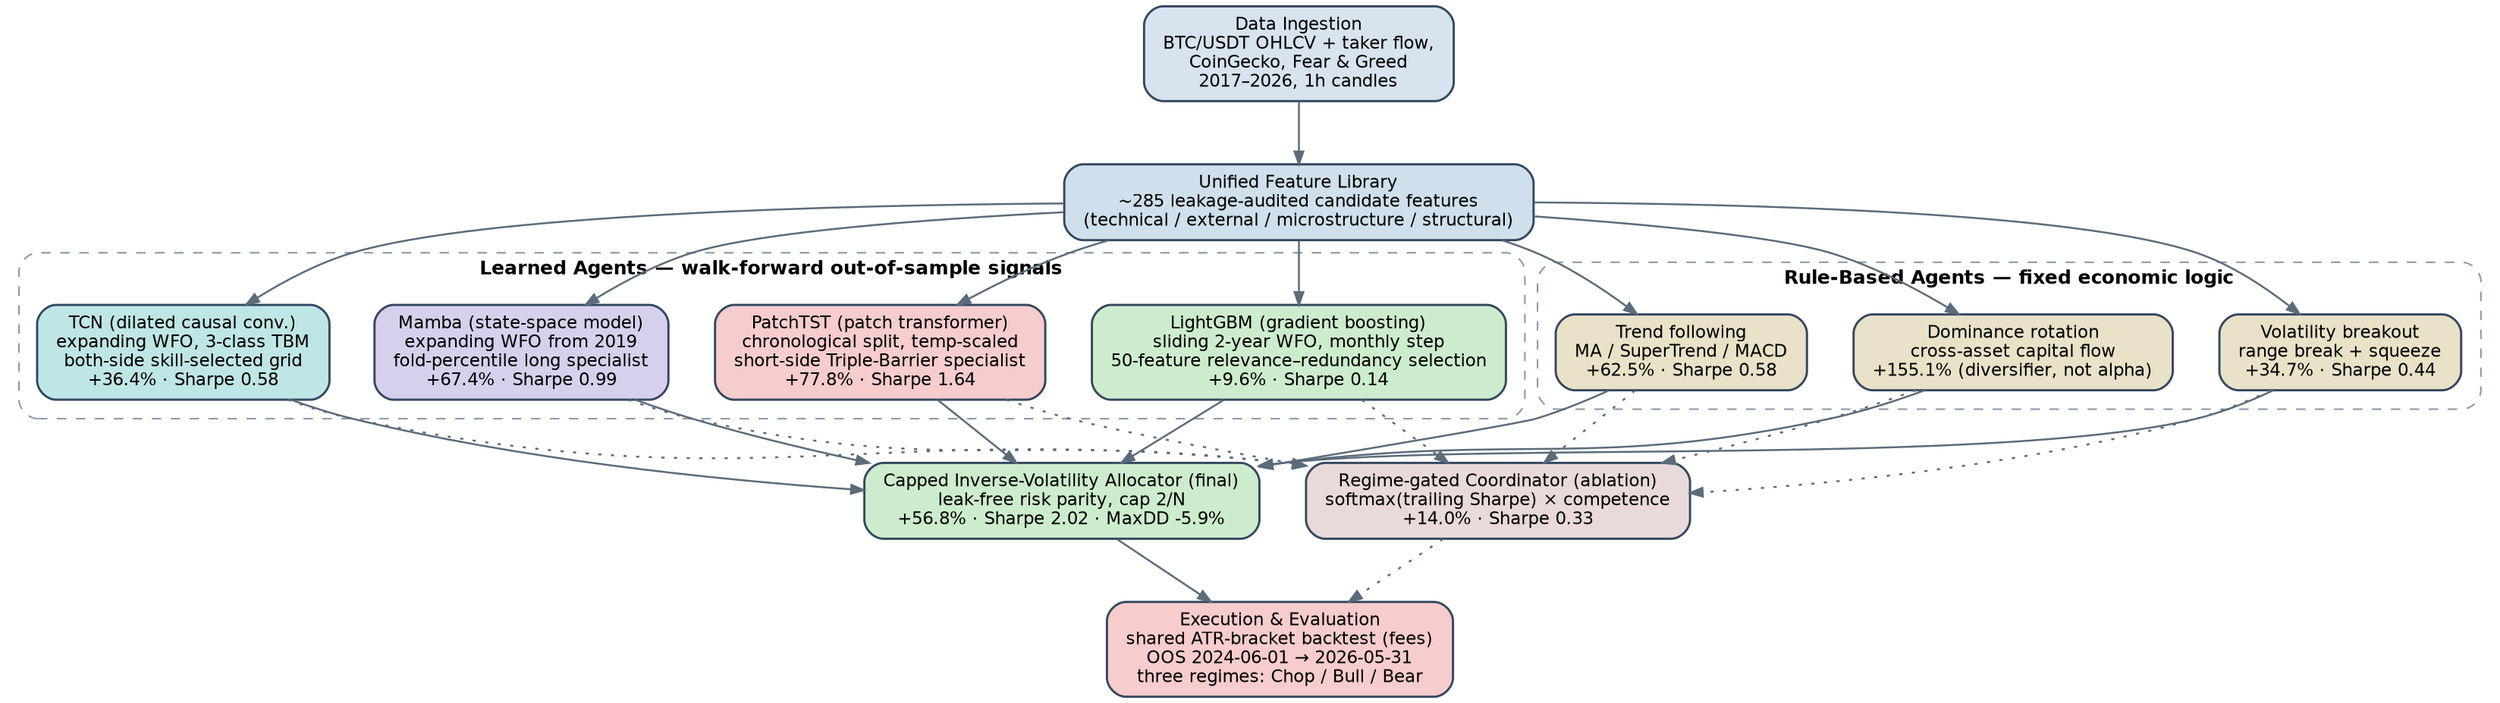
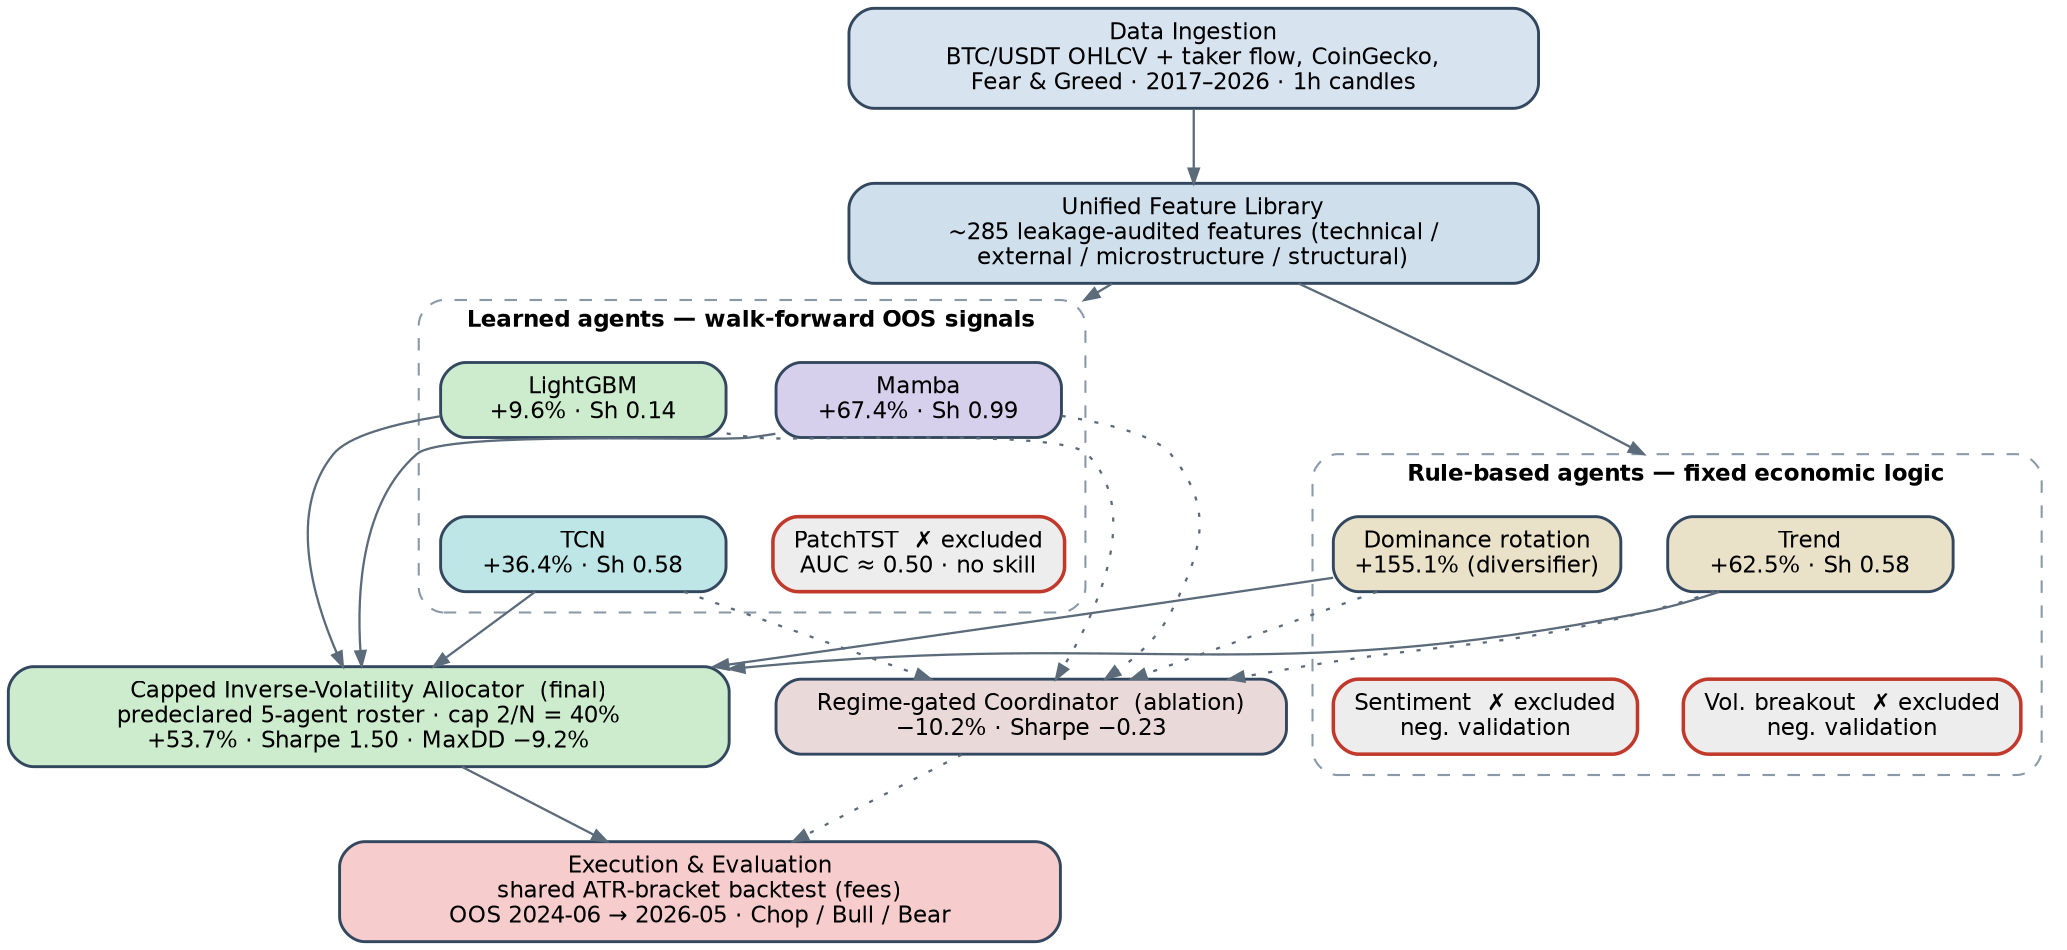
// Hybrid Multi-Agent Trading System — high-level architecture
// Rendered with: dot -Tpng -Gdpi=200 system_overview.dot -o system_overview.png
digraph SystemOverview {
    rankdir=TB;
    bgcolor="white";
    splines=true;
-     nodesep=0.40;
-     ranksep=0.55;
+     compound=true;
+     nodesep=0.30;
+     ranksep=0.50;
    node [shape=box, style="rounded,filled", fontname="Helvetica", fontsize=11,
-           color="#33485f", penwidth=1.4, margin="0.16,0.09"];
-     edge [color="#5b6b7a", arrowsize=0.8, penwidth=1.2];
+           color="#33485f", penwidth=1.4, margin="0.14,0.08", width=1.9];
+     edge [color="#5b6b7a", arrowsize=0.7, penwidth=1.1];

-     // ---- Data ingestion ----
-     DATA [label="Data Ingestion\nBTC/USDT OHLCV + taker flow,\nCoinGecko, Fear & Greed\n2017–2026, 1h candles",
-           fillcolor="#d7e3ef"];
+     DATA [label="Data Ingestion\nBTC/USDT OHLCV + taker flow, CoinGecko,\nFear & Greed · 2017–2026 · 1h candles",
+           fillcolor="#d7e3ef", width=4.6];
+     FEAT [label="Unified Feature Library\n~285 leakage-audited features (technical /\nexternal / microstructure / structural)",
+           fillcolor="#cfe0ec", width=4.6];

-     // ---- Unified feature library ----
-     FEAT [label="Unified Feature Library\n~285 leakage-audited candidate features\n(technical / external / microstructure / structural)",
-           fillcolor="#cfe0ec"];
- 
-     // ---- Learned agents ----
+     // ---- Learned agents (2x2; rank constraints live INSIDE the cluster) ----
    subgraph cluster_learned {
-         label="Learned Agents — walk-forward out-of-sample signals";
-         labelloc="t";
-         fontname="Helvetica-Bold";
-         fontsize=12;
-         style="dashed,rounded";
-         color="#8a99a8";
-         margin=12;
- 
-         LGBM   [label="LightGBM (gradient boosting)\nsliding 2-year WFO, monthly step\n50-feature relevance–redundancy selection\n+9.6% · Sharpe 0.14",
-                 fillcolor="#cdeccd"];
-         PATCH  [label="PatchTST (patch transformer)\nchronological split, temp-scaled\nshort-side Triple-Barrier specialist\n+77.8% · Sharpe 1.64",
-                 fillcolor="#f6cccc"];
-         MAMBA  [label="Mamba (state-space model)\nexpanding WFO from 2019\nfold-percentile long specialist\n+67.4% · Sharpe 0.99",
-                 fillcolor="#d7d0ec"];
-         TCN    [label="TCN (dilated causal conv.)\nexpanding WFO, 3-class TBM\nboth-side skill-selected grid\n+36.4% · Sharpe 0.58",
-                 fillcolor="#bfe6e6"];
+         label="Learned agents — walk-forward OOS signals";
+         labelloc="t"; fontname="Helvetica-Bold"; fontsize=11;
+         style="dashed,rounded"; color="#8a99a8"; margin=10;
+         LGBM  [label="LightGBM\n+9.6% · Sh 0.14",  fillcolor="#cdeccd"];
+         MAMBA [label="Mamba\n+67.4% · Sh 0.99",    fillcolor="#d7d0ec"];
+         TCN   [label="TCN\n+36.4% · Sh 0.58",      fillcolor="#bfe6e6"];
+         PATCH [label="PatchTST  ✗ excluded\nAUC ≈ 0.50 · no skill", fillcolor="#ededed", color="#c0392b", penwidth=1.7];
+         { rank=same; LGBM; MAMBA; }
+         { rank=same; TCN;  PATCH; }
+         LGBM -> TCN [style=invis];  MAMBA -> PATCH [style=invis];
    }

-     // ---- Rule-based agents ----
+     // ---- Rule agents (2x2) ----
    subgraph cluster_rules {
-         label="Rule-Based Agents — fixed economic logic";
-         labelloc="t";
-         fontname="Helvetica-Bold";
-         fontsize=12;
-         style="dashed,rounded";
-         color="#8a99a8";
-         margin=12;
- 
-         TREND  [label="Trend following\nMA / SuperTrend / MACD\n+62.5% · Sharpe 0.58",
-                 fillcolor="#e9e2c8"];
-         VOLB   [label="Volatility breakout\nrange break + squeeze\n+34.7% · Sharpe 0.44",
-                 fillcolor="#e9e2c8"];
-         DOM    [label="Dominance rotation\ncross-asset capital flow\n+155.1% (diversifier, not alpha)",
-                 fillcolor="#e9e2c8"];
+         label="Rule-based agents — fixed economic logic";
+         labelloc="t"; fontname="Helvetica-Bold"; fontsize=11;
+         style="dashed,rounded"; color="#8a99a8"; margin=10;
+         TREND [label="Trend\n+62.5% · Sh 0.58",        fillcolor="#e9e2c8"];
+         DOM   [label="Dominance rotation\n+155.1% (diversifier)", fillcolor="#e9e2c8"];
+         VOLB  [label="Vol. breakout  ✗ excluded\nneg. validation", fillcolor="#ededed", color="#c0392b", penwidth=1.7];
+         SENT  [label="Sentiment  ✗ excluded\nneg. validation",     fillcolor="#ededed", color="#c0392b", penwidth=1.7];
+         { rank=same; TREND; DOM; }
+         { rank=same; VOLB;  SENT; }
+         TREND -> VOLB [style=invis];  DOM -> SENT [style=invis];
    }

-     // ---- Allocation layer ----
-     ALLOC  [label="Capped Inverse-Volatility Allocator (final)\nleak-free risk parity, cap 2/N\n+56.8% · Sharpe 2.02 · MaxDD -5.9%",
-             fillcolor="#cdeccd"];
-     COORD  [label="Regime-gated Coordinator (ablation)\nsoftmax(trailing Sharpe) × competence\n+14.0% · Sharpe 0.33",
-             fillcolor="#ead9d9"];
- 
-     // ---- Execution ----
-     EXEC   [label="Execution & Evaluation\nshared ATR-bracket backtest (fees)\nOOS 2024-06-01 → 2026-05-31\nthree regimes: Chop / Bull / Bear",
-             fillcolor="#f6cccc"];
+     // ---- Allocation + execution ----
+     ALLOC [label="Capped Inverse-Volatility Allocator  (final)\npredeclared 5-agent roster · cap 2/N = 40%\n+53.7% · Sharpe 1.50 · MaxDD −9.2%",
+            fillcolor="#cdeccd", width=4.8];
+     COORD [label="Regime-gated Coordinator  (ablation)\n−10.2% · Sharpe −0.23",
+            fillcolor="#ead9d9", width=3.4];
+     EXEC  [label="Execution & Evaluation\nshared ATR-bracket backtest (fees)\nOOS 2024-06 → 2026-05 · Chop / Bull / Bear",
+            fillcolor="#f6cccc", width=4.8];

    // ---- Edges ----
    DATA -> FEAT;
-     FEAT -> LGBM;
-     FEAT -> PATCH;
-     FEAT -> MAMBA;
-     FEAT -> TCN;
-     FEAT -> TREND;
-     FEAT -> VOLB;
-     FEAT -> DOM;
+     // One arrow from the feature library to each agent family (keeps the top uncluttered).
+     FEAT -> MAMBA [lhead=cluster_learned];
+     FEAT -> TREND [lhead=cluster_rules];

-     LGBM  -> ALLOC;  PATCH -> ALLOC;  MAMBA -> ALLOC;  TCN -> ALLOC;
-     TREND -> ALLOC;  VOLB  -> ALLOC;  DOM   -> ALLOC;
- 
-     LGBM  -> COORD [style=dotted];  PATCH -> COORD [style=dotted];
-     MAMBA -> COORD [style=dotted];  TCN   -> COORD [style=dotted];
-     TREND -> COORD [style=dotted];  VOLB  -> COORD [style=dotted];
-     DOM   -> COORD [style=dotted];
+     // Only the predeclared roster (5 agents) feeds the fund + coordinator ablation.
+     LGBM -> ALLOC; MAMBA -> ALLOC; TCN -> ALLOC; TREND -> ALLOC; DOM -> ALLOC;
+     LGBM -> COORD [style=dotted]; MAMBA -> COORD [style=dotted]; TCN -> COORD [style=dotted];
+     TREND -> COORD [style=dotted]; DOM -> COORD [style=dotted];
+     // Excluded candidates (greyed, ✗) are honest negatives — no downstream wiring.

    ALLOC -> EXEC;
    COORD -> EXEC [style=dotted];
- 
    { rank=same; ALLOC; COORD; }
}
